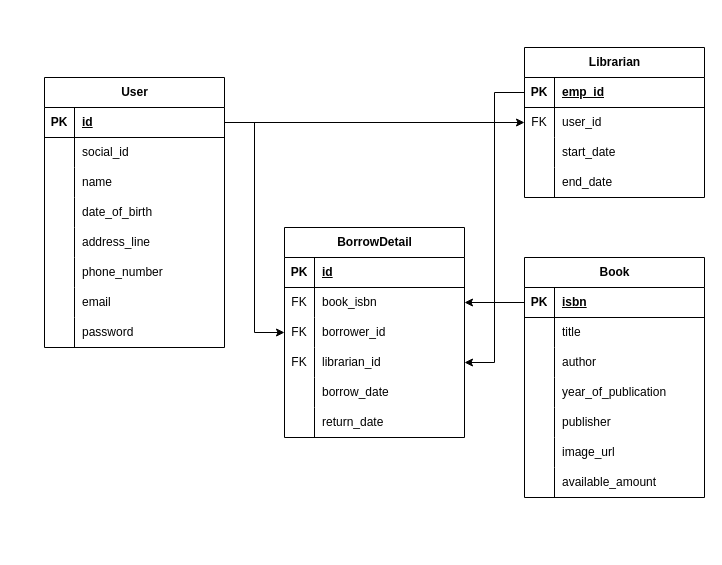
Earlier version of the draw.io diagram docs/lims_database_erd.drawio (lgthevinh/java-lims). Source tidied: cells renumbered, new cells numbered last; positions are measured from the earlier drawing's top-left corner, leaving out a move shared by most shapes. Both pictures are drawn from the tidied source at 100%, with x=0, y=0 at pixel (44, 47).
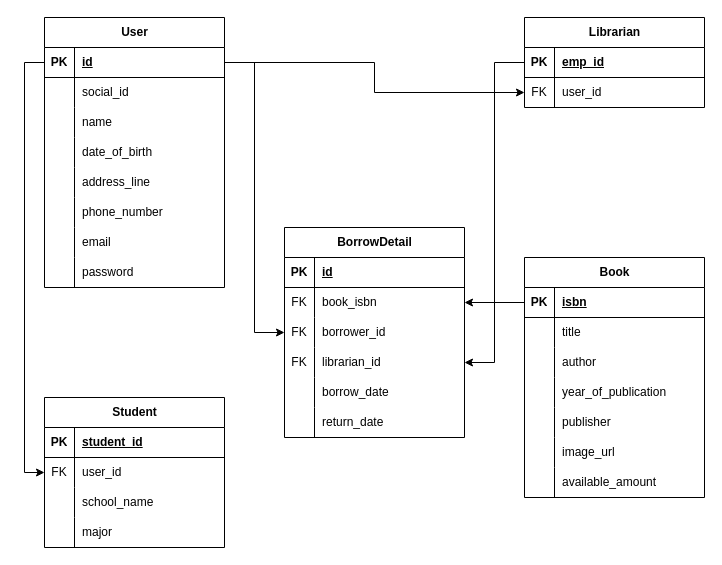
After the change.

Unchanged cells that the change refers to:
```xml
<mxCell id="25" style="shape=tableRow;horizontal=0;startSize=0;swimlaneHead=0;swimlaneBody=0;fillColor=none;points=[[0,0.5],[1,0.5]];portConstraint=eastwest;top=0;left=0;right=0;bottom=1;" parent="24" vertex="1">
  <mxGeometry y="30" width="180" height="30" as="geometry" />
</mxCell>
<mxCell id="50" style="shape=tableRow;horizontal=0;startSize=0;swimlaneHead=0;swimlaneBody=0;fillColor=none;points=[[0,0.5],[1,0.5]];portConstraint=eastwest;top=0;left=0;right=0;bottom=1;" parent="49" vertex="1">
  <mxGeometry y="30" width="180" height="30" as="geometry" />
</mxCell>
<mxCell id="73" style="shape=tableRow;horizontal=0;startSize=0;swimlaneHead=0;swimlaneBody=0;fillColor=none;points=[[0,0.5],[1,0.5]];portConstraint=eastwest;top=0;left=0;right=0;bottom=0;" parent="63" vertex="1">
  <mxGeometry y="120" width="180" height="30" as="geometry" />
</mxCell>
```

Diff of the diagram source:
```diff
@@
     <mxCell id="24" value="User" style="shape=table;startSize=30;childLayout=tableLayout;rowLines=0;fontStyle=1;align=center;html=1;" parent="1" vertex="1">
-      <mxGeometry y="30" width="180" height="270" as="geometry" />
+      <mxGeometry y="-30" width="180" height="270" as="geometry" />
     </mxCell>
@@
     <mxCell id="49" value="Librarian" style="shape=table;startSize=30;childLayout=tableLayout;rowLines=0;fontStyle=1;align=center;html=1;" parent="1" vertex="1">
-      <mxGeometry x="480" width="180" height="150" as="geometry" />
+      <mxGeometry x="480" y="-30" width="180" height="90" as="geometry" />
     </mxCell>
@@
-    <mxCell id="56" style="shape=tableRow;horizontal=0;startSize=0;swimlaneHead=0;swimlaneBody=0;fillColor=none;top=0;left=0;right=0;bottom=0;" parent="49" vertex="1">
-      <mxGeometry y="90" width="180" height="30" as="geometry" />
-    </mxCell>
-    <mxCell id="57" style="shape=partialRectangle;fillColor=none;top=0;left=0;bottom=0;right=0;overflow=hidden;whiteSpace=wrap;html=1;" parent="56" vertex="1">
-      <mxGeometry width="30" height="30" as="geometry" />
-    </mxCell>
-    <mxCell id="58" value="start_date" style="shape=partialRectangle;fillColor=none;top=0;left=0;bottom=0;right=0;align=left;spacingLeft=6;overflow=hidden;whiteSpace=wrap;html=1;" parent="56" vertex="1">
-      <mxGeometry x="30" width="150" height="30" as="geometry" />
-    </mxCell>
-    <mxCell id="59" style="shape=tableRow;horizontal=0;startSize=0;swimlaneHead=0;swimlaneBody=0;fillColor=none;top=0;left=0;right=0;bottom=0;" parent="49" vertex="1">
-      <mxGeometry y="120" width="180" height="30" as="geometry" />
-    </mxCell>
-    <mxCell id="60" style="shape=partialRectangle;fillColor=none;top=0;left=0;bottom=0;right=0;overflow=hidden;whiteSpace=wrap;html=1;" parent="59" vertex="1">
-      <mxGeometry width="30" height="30" as="geometry" />
-    </mxCell>
-    <mxCell id="61" value="end_date" style="shape=partialRectangle;fillColor=none;top=0;left=0;bottom=0;right=0;align=left;spacingLeft=6;overflow=hidden;whiteSpace=wrap;html=1;" parent="59" vertex="1">
-      <mxGeometry x="30" width="150" height="30" as="geometry" />
-    </mxCell>
@@
+    <mxCell id="84" style="edgeStyle=orthogonalEdgeStyle;rounded=0;jettySize=auto;html=1;" parent="1" edge="1" source="50" target="73">
+      <mxGeometry relative="1" as="geometry" />
+    </mxCell>
+    <mxCell id="85" value="Student" style="shape=table;startSize=30;childLayout=tableLayout;rowLines=0;fontStyle=1;align=center;html=1;" parent="1" vertex="1">
+      <mxGeometry y="350" width="180" height="150" as="geometry" />
+    </mxCell>
+    <mxCell id="86" style="shape=tableRow;horizontal=0;startSize=0;swimlaneHead=0;swimlaneBody=0;fillColor=none;top=0;left=0;right=0;bottom=1;" parent="85" vertex="1">
+      <mxGeometry y="30" width="180" height="30" as="geometry" />
+    </mxCell>
+    <mxCell id="87" value="PK" style="shape=partialRectangle;fillColor=none;top=0;left=0;bottom=0;right=0;fontStyle=1;overflow=hidden;whiteSpace=wrap;html=1;" parent="86" vertex="1">
+      <mxGeometry width="30" height="30" as="geometry" />
+    </mxCell>
+    <mxCell id="88" value="student_id" style="shape=partialRectangle;fillColor=none;top=0;left=0;bottom=0;right=0;align=left;spacingLeft=6;fontStyle=5;overflow=hidden;whiteSpace=wrap;html=1;" parent="86" vertex="1">
+      <mxGeometry x="30" width="150" height="30" as="geometry" />
+    </mxCell>
+    <mxCell id="89" style="shape=tableRow;horizontal=0;startSize=0;swimlaneHead=0;swimlaneBody=0;fillColor=none;points=[[0,0.5],[1,0.5]];portConstraint=eastwest;top=0;left=0;right=0;bottom=0;" parent="85" vertex="1">
+      <mxGeometry y="60" width="180" height="30" as="geometry" />
+    </mxCell>
+    <mxCell id="90" value="FK" style="shape=partialRectangle;fillColor=none;top=0;left=0;bottom=0;right=0;overflow=hidden;whiteSpace=wrap;html=1;" parent="89" vertex="1">
+      <mxGeometry width="30" height="30" as="geometry" />
+    </mxCell>
+    <mxCell id="91" value="user_id" style="shape=partialRectangle;fillColor=none;top=0;left=0;bottom=0;right=0;align=left;spacingLeft=6;overflow=hidden;whiteSpace=wrap;html=1;" parent="89" vertex="1">
+      <mxGeometry x="30" width="150" height="30" as="geometry" />
+    </mxCell>
+    <mxCell id="56" style="shape=tableRow;horizontal=0;startSize=0;swimlaneHead=0;swimlaneBody=0;fillColor=none;top=0;left=0;right=0;bottom=0;" parent="85" vertex="1">
+      <mxGeometry y="90" width="180" height="30" as="geometry" />
+    </mxCell>
+    <mxCell id="92" style="shape=partialRectangle;fillColor=none;top=0;left=0;bottom=0;right=0;overflow=hidden;whiteSpace=wrap;html=1;" parent="56" vertex="1">
+      <mxGeometry width="30" height="30" as="geometry" />
+    </mxCell>
+    <mxCell id="93" value="school_name" style="shape=partialRectangle;fillColor=none;top=0;left=0;bottom=0;right=0;align=left;spacingLeft=6;overflow=hidden;whiteSpace=wrap;html=1;" parent="56" vertex="1">
+      <mxGeometry x="30" width="150" height="30" as="geometry" />
+    </mxCell>
+    <mxCell id="59" style="shape=tableRow;horizontal=0;startSize=0;swimlaneHead=0;swimlaneBody=0;fillColor=none;top=0;left=0;right=0;bottom=0;" parent="85" vertex="1">
+      <mxGeometry y="120" width="180" height="30" as="geometry" />
+    </mxCell>
+    <mxCell id="94" style="shape=partialRectangle;fillColor=none;top=0;left=0;bottom=0;right=0;overflow=hidden;whiteSpace=wrap;html=1;" parent="59" vertex="1">
+      <mxGeometry width="30" height="30" as="geometry" />
+    </mxCell>
+    <mxCell id="95" value="major" style="shape=partialRectangle;fillColor=none;top=0;left=0;bottom=0;right=0;align=left;spacingLeft=6;overflow=hidden;whiteSpace=wrap;html=1;" parent="59" vertex="1">
+      <mxGeometry x="30" width="150" height="30" as="geometry" />
+    </mxCell>
+    <mxCell id="96" style="edgeStyle=orthogonalEdgeStyle;rounded=0;jettySize=auto;html=1;entryX=0;entryY=0.5;entryDx=0;entryDy=0;" parent="1" edge="1" source="25" target="89">
+      <mxGeometry relative="1" as="geometry" />
+    </mxCell>
@@
-    <mxCell id="84" style="edgeStyle=orthogonalEdgeStyle;rounded=0;jettySize=auto;html=1;" parent="1" edge="1" source="50" target="73">
-      <mxGeometry relative="1" as="geometry" />
-    </mxCell>
```
